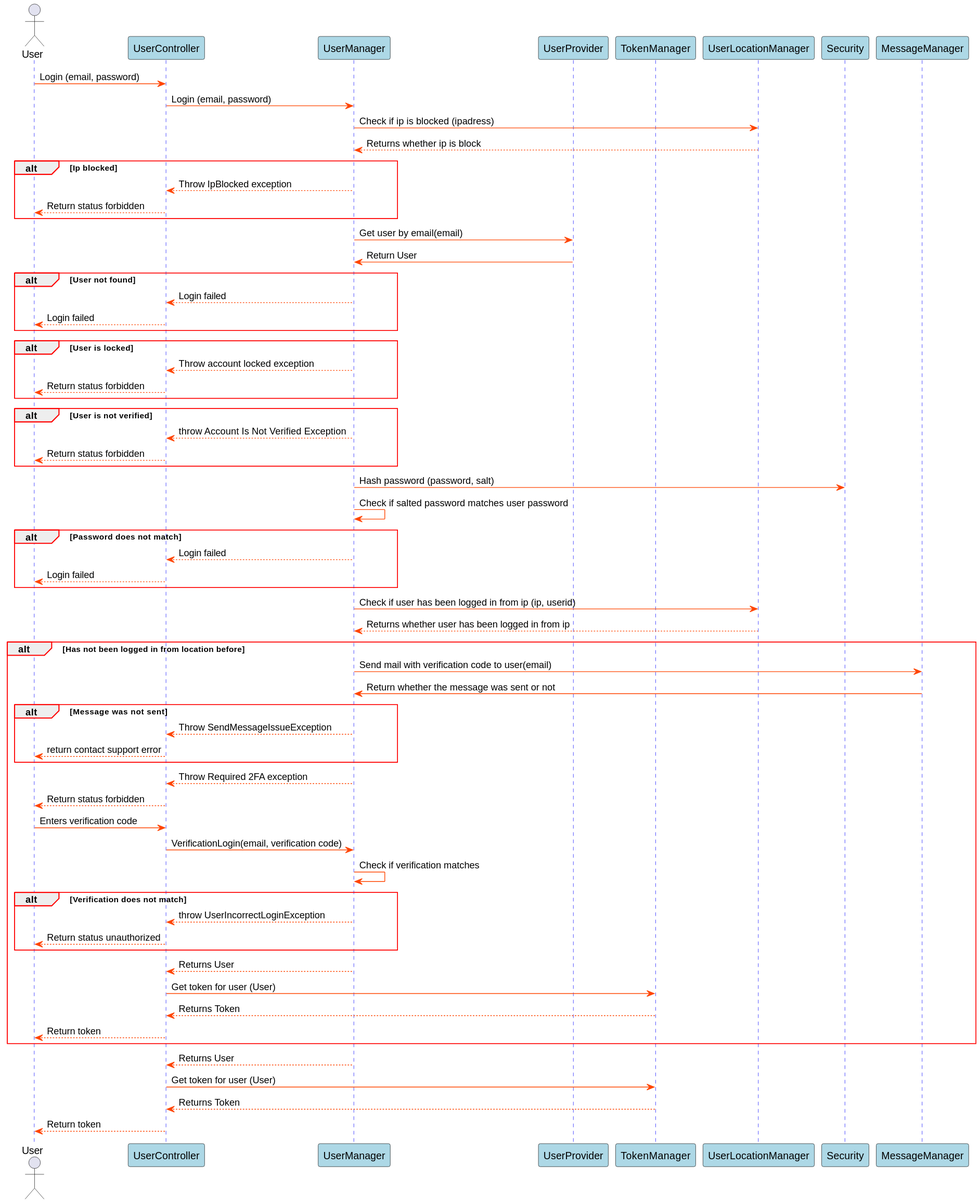
Earlier version of the PlantUML export Docs/out/SDDiagrams/LoginSD/Login SD.svg (blackout1471/trust-us-school).
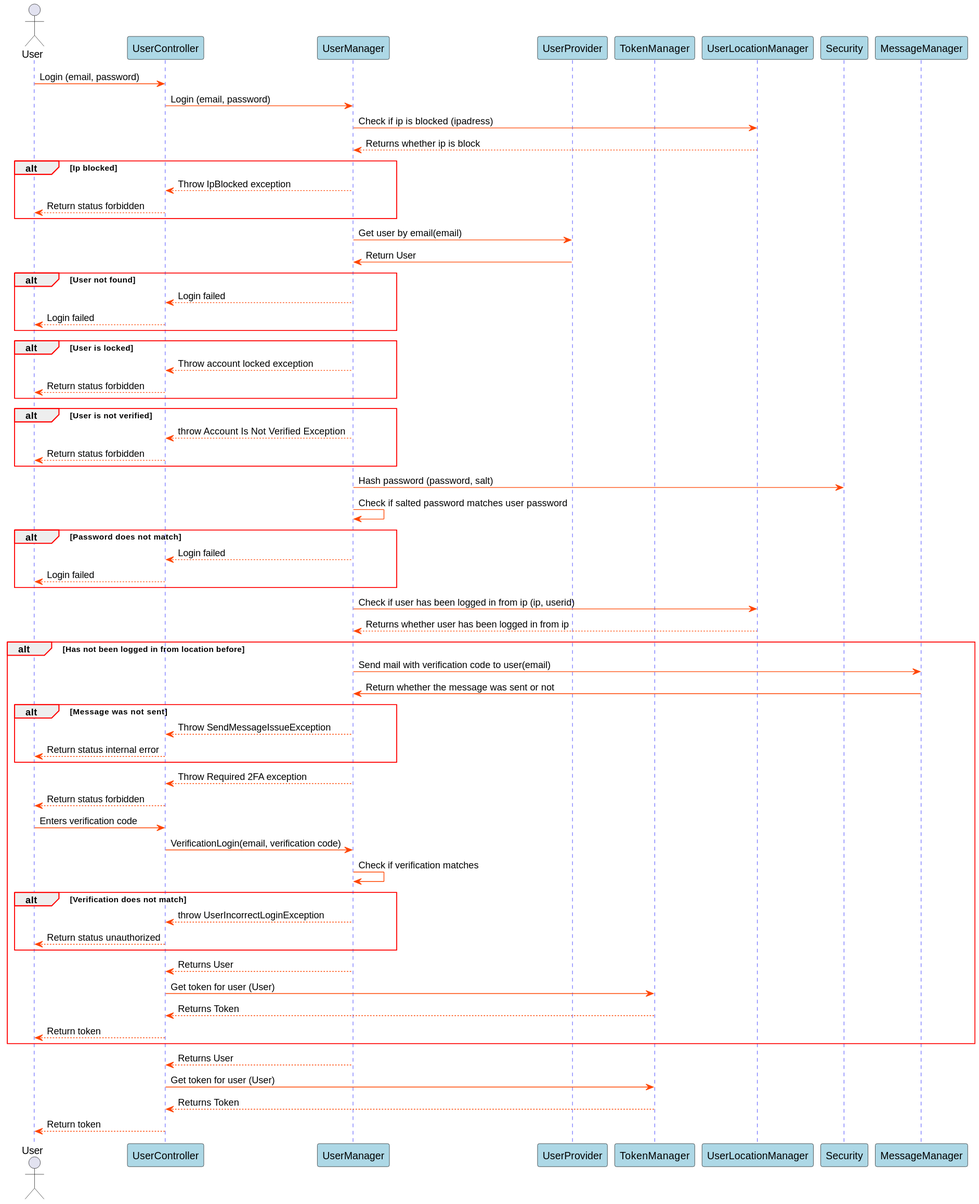
After the change.

Change to the diagram source:
```diff
@@ -75,7 +75,7 @@
 alt Message was not sent
 
 UserManager --> UserController: Throw SendMessageIssueException
-UserController --> User: return contact support error
+UserController --> User: Return status internal error
 end
 UserManager-->UserController: Throw Required 2FA exception
 UserController-->User: Return status forbidden
```
